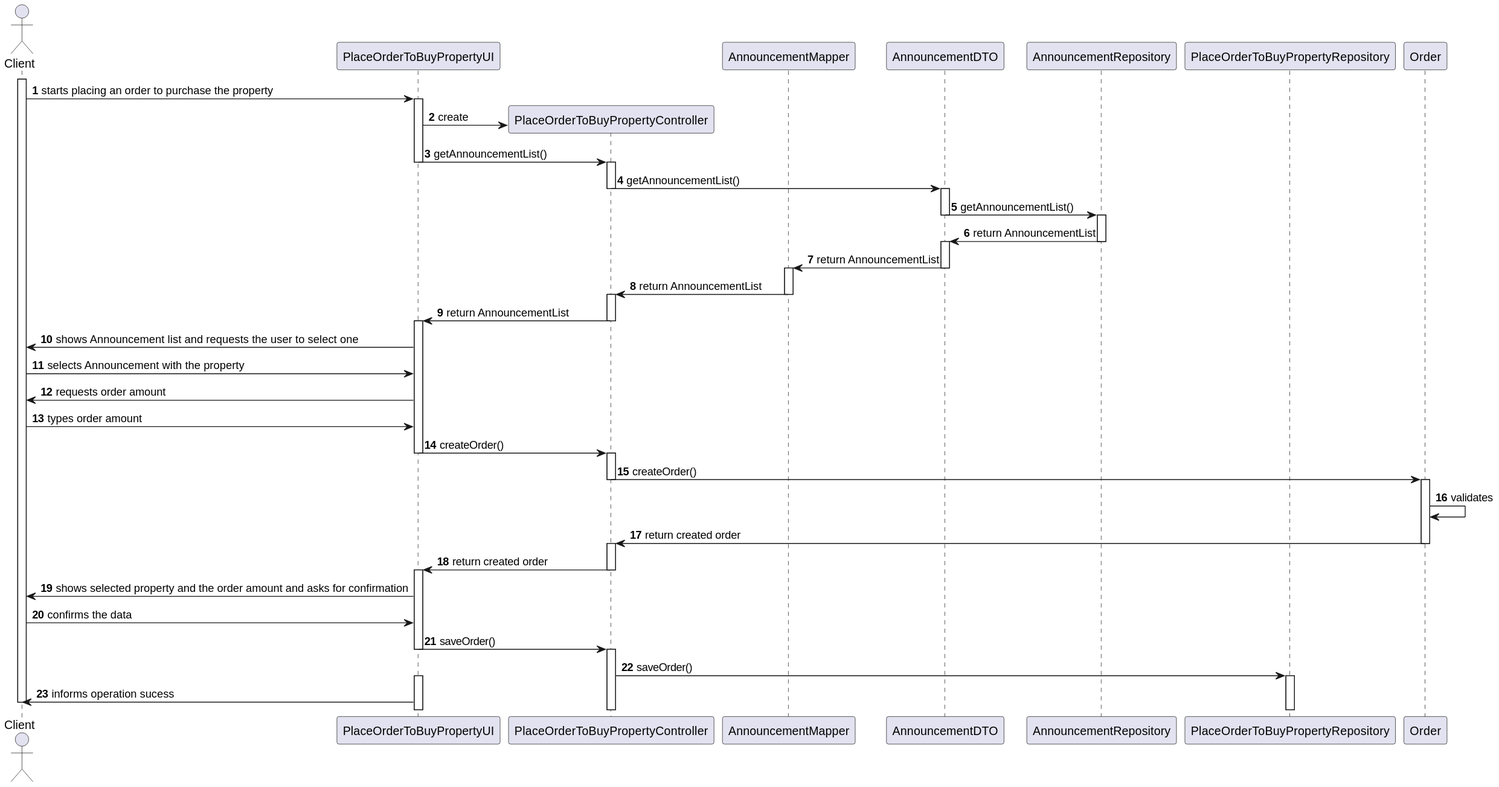
Before: docs/sprintD/US010/03.design/svg/SD.svg, a diagram exported from PlantUML (tiagohcorreia/LAPR2). The source it was exported from:
```plantuml
@startuml
autonumber

actor Client as client
participant PlaceOrderToBuyPropertyUI as ui
participant PlaceOrderToBuyPropertyController as ctr
participant AnnouncementMapper
participant AnnouncementDTO
participant AnnouncementRepository
participant PlaceOrderToBuyPropertyRepository
participant Order as order

autonumber

activate client

client -> ui: starts placing an order to purchase the property

activate ui

ui -> ctr** : create

ui -> ctr: getAnnouncementList()

deactivate ui

activate ctr

ctr -> AnnouncementDTO: getAnnouncementList()

deactivate ctr

activate AnnouncementDTO

AnnouncementDTO -> AnnouncementRepository: getAnnouncementList()

deactivate AnnouncementDTO

activate AnnouncementRepository

AnnouncementRepository -> AnnouncementDTO: return AnnouncementList

deactivate AnnouncementRepository

activate AnnouncementDTO

AnnouncementDTO -> AnnouncementMapper: return AnnouncementList

deactivate AnnouncementDTO

activate AnnouncementMapper

AnnouncementMapper -> ctr:  return AnnouncementList

deactivate AnnouncementMapper

activate ctr

ctr -> ui: return AnnouncementList

deactivate ctr

activate ui

ui -> client: shows Announcement list and requests the user to select one

client -> ui: selects Announcement with the property

ui -> client: requests order amount

client -> ui: types order amount

ui -> ctr: createOrder()

deactivate ui

activate ctr

ctr -> order: createOrder()

deactivate ctr

activate order

order -> order: validates

order -> ctr: return created order

deactivate order

activate ctr

ctr -> ui: return created order

deactivate ctr

activate ui

ui -> client: shows selected property and the order amount and asks for confirmation

client -> ui: confirms the data

ui -> ctr: saveOrder()

deactivate ui

activate ctr

ctr -> PlaceOrderToBuyPropertyRepository: saveOrder()

activate PlaceOrderToBuyPropertyRepository

activate ui

ui -> client: informs operation sucess


deactivate client
@enduml
```
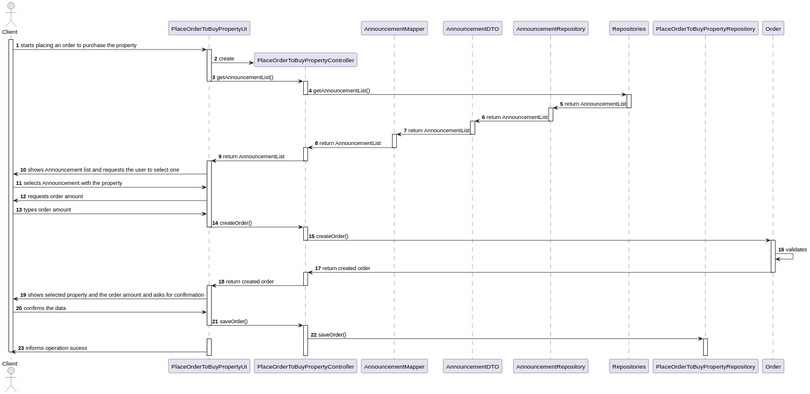
Later version of the same file.

Commit message:
US010 - Class diagram and Sequence Diagram updated

Change to the diagram source:
```diff
@@ -7,6 +7,7 @@
 participant AnnouncementMapper
 participant AnnouncementDTO
 participant AnnouncementRepository
+participant Repositories
 participant PlaceOrderToBuyPropertyRepository
 participant Order as order
 
@@ -23,43 +24,36 @@
 ui -> ctr: getAnnouncementList()
 
 deactivate ui
-
 activate ctr
 
-ctr -> AnnouncementDTO: getAnnouncementList()
+ctr -> Repositories: getAnnouncementList()
 
 deactivate ctr
+activate Repositories
 
-activate AnnouncementDTO
+Repositories -> AnnouncementRepository: return AnnouncementList
 
-AnnouncementDTO -> AnnouncementRepository: getAnnouncementList()
-
-deactivate AnnouncementDTO
-
+deactivate Repositories
 activate AnnouncementRepository
 
 AnnouncementRepository -> AnnouncementDTO: return AnnouncementList
 
 deactivate AnnouncementRepository
-
 activate AnnouncementDTO
 
 AnnouncementDTO -> AnnouncementMapper: return AnnouncementList
 
 deactivate AnnouncementDTO
-
 activate AnnouncementMapper
 
 AnnouncementMapper -> ctr:  return AnnouncementList
 
 deactivate AnnouncementMapper
-
 activate ctr
 
 ctr -> ui: return AnnouncementList
 
 deactivate ctr
-
 activate ui
 
 ui -> client: shows Announcement list and requests the user to select one
@@ -73,13 +67,11 @@
 ui -> ctr: createOrder()
 
 deactivate ui
-
 activate ctr
 
 ctr -> order: createOrder()
 
 deactivate ctr
-
 activate order
 
 order -> order: validates
@@ -87,13 +79,11 @@
 order -> ctr: return created order
 
 deactivate order
-
 activate ctr
 
 ctr -> ui: return created order
 
 deactivate ctr
-
 activate ui
 
 ui -> client: shows selected property and the order amount and asks for confirmation
@@ -103,17 +93,14 @@
 ui -> ctr: saveOrder()
 
 deactivate ui
-
 activate ctr
 
 ctr -> PlaceOrderToBuyPropertyRepository: saveOrder()
 
 activate PlaceOrderToBuyPropertyRepository
-
 activate ui
 
 ui -> client: informs operation sucess
 
-
 deactivate client
 @enduml
```
